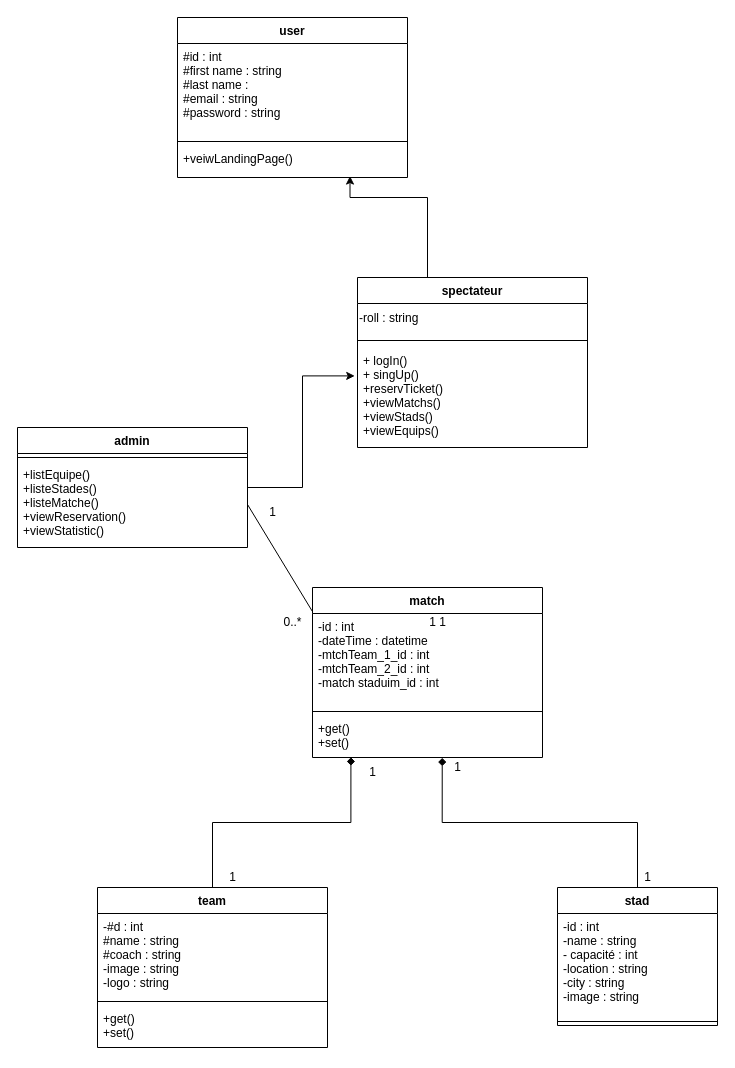
Before: page "Page-1" (1 of 3) of UML/class diagram.drawio in ASMAEELKHIRAOUI/FIFA-WC-QATAR22, a draw.io diagram. Source tidied: cells renumbered, new cells numbered last; positions are measured from the earlier drawing's top-left corner, leaving out a move shared by most shapes. Both pictures are drawn from the tidied source at 100%, with x=0, y=0 at pixel (17, 17).
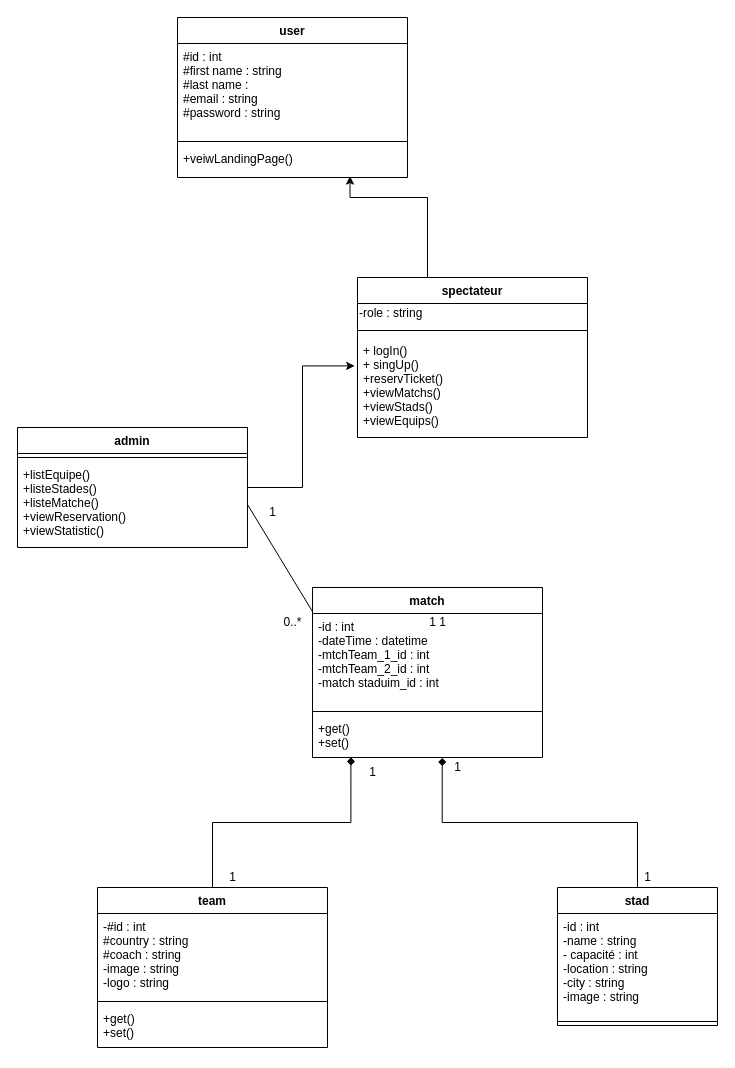
The same page after the edit.

Unchanged cells that the change refers to:
```xml
<mxCell id="16" value="team" style="swimlane;fontStyle=1;align=center;verticalAlign=top;horizontal=1;startSize=26;" parent="1" vertex="1">
  <mxGeometry x="80" y="870" width="230" height="160" as="geometry" />
</mxCell>
```

Diff of the diagram source:
```diff
@@
-    <mxCell id="17" value="-#d : int &#10;#name : string&#10;#coach : string&#10;-image : string&#10;-logo : string" style="text;strokeColor=none;fillColor=none;align=left;verticalAlign=top;spacingLeft=4;spacingRight=4;overflow=hidden;" parent="16" vertex="1">
+    <mxCell id="17" value="-#id : int &#10;#country : string&#10;#coach : string&#10;-image : string&#10;-logo : string" style="text;strokeColor=none;fillColor=none;align=left;verticalAlign=top;spacingLeft=4;spacingRight=4;overflow=hidden;" parent="16" vertex="1">
       <mxGeometry y="26" width="230" height="84" as="geometry" />
     </mxCell>
@@
     <mxCell id="26" value="spectateur" style="swimlane;fontStyle=1;align=center;verticalAlign=top;horizontal=1;startSize=26;" parent="1" vertex="1">
-      <mxGeometry x="340" y="260" width="230" height="170" as="geometry" />
+      <mxGeometry x="340" y="260" width="230" height="160" as="geometry" />
     </mxCell>
-    <mxCell id="27" value="-roll : string" style="text;html=1;align=left;verticalAlign=middle;strokeColor=none;fillColor=none;" parent="26" vertex="1">
-      <mxGeometry y="26" width="230" height="30" as="geometry" />
+    <mxCell id="27" value="-role : string" style="text;html=1;align=left;verticalAlign=middle;strokeColor=none;fillColor=none;" parent="26" vertex="1">
+      <mxGeometry y="26" width="230" height="20" as="geometry" />
     </mxCell>
     <mxCell id="28" style="line;strokeWidth=1;fillColor=none;align=left;verticalAlign=middle;spacingTop=-1;spacingLeft=3;spacingRight=3;labelPosition=right;strokeColor=inherit;" parent="26" vertex="1">
-      <mxGeometry y="56" width="230" height="14" as="geometry" />
+      <mxGeometry y="46" width="230" height="14" as="geometry" />
     </mxCell>
     <mxCell id="29" value="+ logIn()&#10;+ singUp()&#10;+reservTicket()&#10;+viewMatchs()&#10;+viewStads()&#10;+viewEquips()&#10;" style="text;strokeColor=none;fillColor=none;align=left;verticalAlign=top;spacingLeft=4;spacingRight=4;overflow=hidden;points=[[0,0.5],[1,0.5]];portConstraint=eastwest;" parent="26" vertex="1">
-      <mxGeometry y="70" width="230" height="100" as="geometry" />
+      <mxGeometry y="60" width="230" height="100" as="geometry" />
     </mxCell>
```
